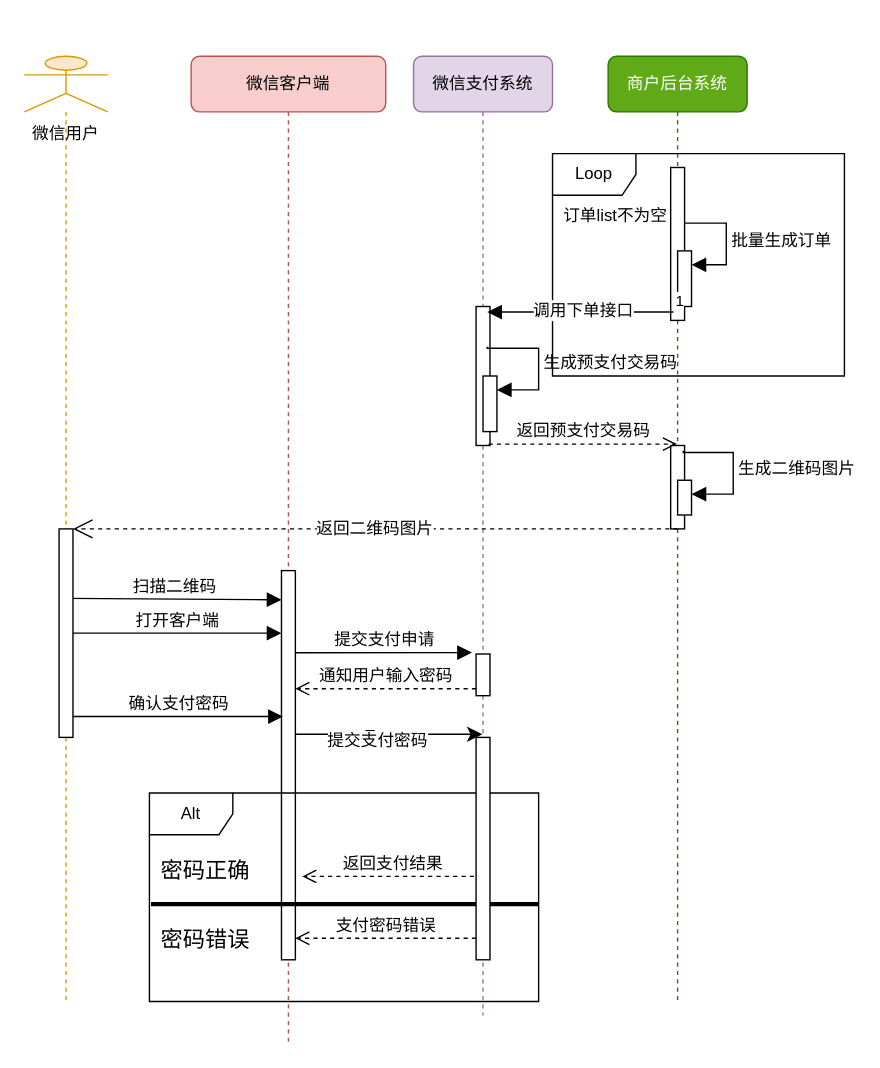
Above: 未命名绘图.drawio in Froshine/test (draw.io), before the change. Source tidied: cells renumbered, new cells numbered last; positions are measured from the earlier drawing's top-left corner, leaving out a move shared by most shapes. Both pictures are drawn from the tidied source at 139%, with x=0, y=0 at pixel (24, 56).
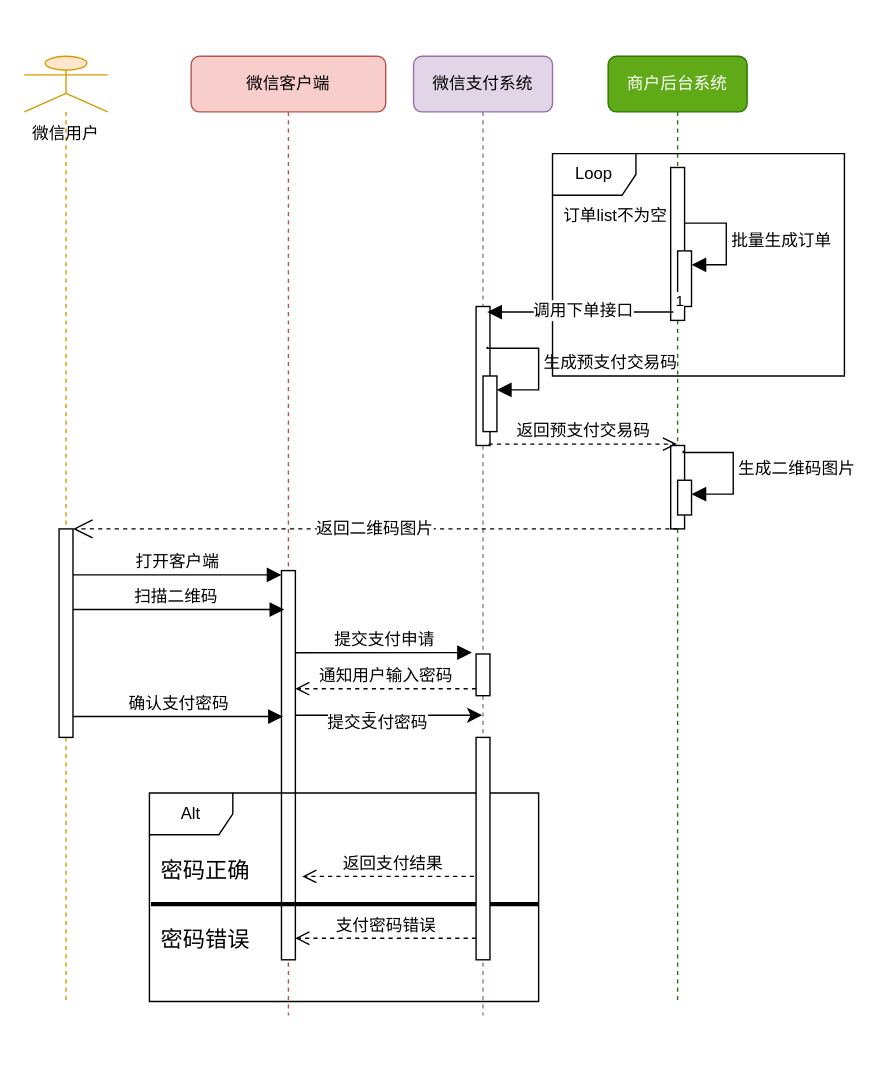
The same page after the edit.

Unchanged cells that the change refers to:
```xml
<mxCell id="3" style="html=1;points=[];perimeter=orthogonalPerimeter;rounded=0;shadow=0;comic=0;labelBackgroundColor=none;strokeWidth=1;fontFamily=Verdana;fontSize=12;align=center;" parent="2" vertex="1">
  <mxGeometry x="65" y="370" width="10" height="280" as="geometry" />
</mxCell>
<mxCell id="21" value="&lt;div&gt;&lt;br&gt;&lt;/div&gt;&lt;div&gt;&lt;br&gt;&lt;/div&gt;&lt;div&gt;&lt;br&gt;&lt;/div&gt;&lt;div&gt;&lt;br&gt;&lt;/div&gt;&lt;div&gt;&lt;br&gt;&lt;/div&gt;微信用户" style="shape=umlLifeline;perimeter=lifelinePerimeter;whiteSpace=wrap;html=1;outlineConnect=0;portConstraint=eastwest;newEdgeStyle={&quot;curved&quot;:0,&quot;rounded&quot;:0};participant=umlActor;fillColor=#ffe6cc;strokeColor=#d79b00;" parent="1" vertex="1">
  <mxGeometry width="60" height="680" as="geometry" />
</mxCell>
<mxCell id="40" style="html=1;points=[[0,0,0,0,5],[0,1,0,0,-5],[1,0,0,0,5],[1,1,0,0,-5]];perimeter=orthogonalPerimeter;outlineConnect=0;targetShapes=umlLifeline;portConstraint=eastwest;newEdgeStyle={&quot;curved&quot;:0,&quot;rounded&quot;:0};" parent="1" vertex="1">
  <mxGeometry x="25" y="340" width="10" height="150" as="geometry" />
</mxCell>
```

The edit, as a diff of the source:
```diff
@@
     <mxCell id="2" value="微信客户端" style="shape=umlLifeline;perimeter=lifelinePerimeter;whiteSpace=wrap;html=1;outlineConnect=0;rounded=1;shadow=0;comic=0;labelBackgroundColor=none;strokeWidth=1;fontFamily=Verdana;fontSize=12;align=center;fillColor=#f8cecc;strokeColor=#b85450;" parent="1" vertex="1">
-      <mxGeometry x="120" width="140" height="710" as="geometry" />
+      <mxGeometry x="120" width="140" height="690" as="geometry" />
     </mxCell>
@@
-    <mxCell id="31" value="打开客户端" style="html=1;verticalAlign=bottom;endArrow=block;curved=0;rounded=0;fontSize=12;startSize=8;endSize=8;" parent="1" edge="1" source="40" target="3">
+    <mxCell id="31" value="打开客户端" style="html=1;verticalAlign=bottom;endArrow=block;curved=0;rounded=0;fontSize=12;startSize=8;endSize=8;entryX=0;entryY=0.011;entryDx=0;entryDy=0;entryPerimeter=0;" parent="1" edge="1" source="40" target="3">
       <mxGeometry relative="1" as="geometry" />
     </mxCell>
-    <mxCell id="32" value="扫描二维码" style="html=1;verticalAlign=bottom;endArrow=block;curved=0;rounded=0;fontSize=12;startSize=8;endSize=8;entryX=0;entryY=0.075;entryDx=0;entryDy=0;entryPerimeter=0;" parent="1" edge="1" target="3">
-      <mxGeometry relative="1" as="geometry">
-        <mxPoint x="30" y="390" as="sourcePoint" />
-      </mxGeometry>
+    <mxCell id="32" value="扫描二维码" style="html=1;verticalAlign=bottom;endArrow=block;curved=0;rounded=0;fontSize=12;startSize=8;endSize=8;entryX=0.2;entryY=0.1;entryDx=0;entryDy=0;entryPerimeter=0;" parent="1" edge="1" source="21" target="3">
+      <mxGeometry relative="1" as="geometry" />
     </mxCell>
```
